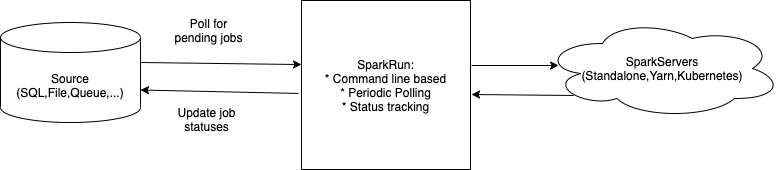
Above: sparkrun.png in sumawa/sa-spark-run (draw.io), before the change. Source tidied: cells renumbered, new cells last; positions are measured from the earlier drawing's top-left corner, leaving out a move shared by most shapes.
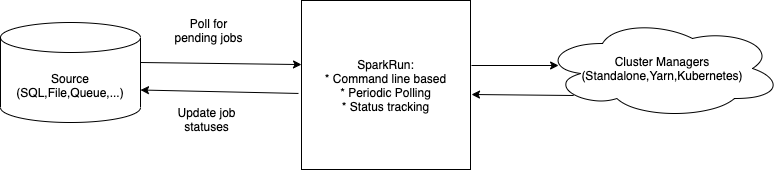
The same file after the commit.

Commit message:
minore correction in the diagram

What changed in the source:
```diff
@@ -8,7 +8,7 @@
     <mxCell id="3" value="Source&lt;br&gt;(SQL,File,Queue,...)" style="shape=cylinder3;whiteSpace=wrap;html=1;boundedLbl=1;backgroundOutline=1;size=15;" parent="1" vertex="1">
       <mxGeometry y="22" width="140" height="100" as="geometry" />
     </mxCell>
-    <mxCell id="4" value="SparkServers&lt;br&gt;(Standalone,Yarn,Kubernetes)" style="ellipse;shape=cloud;whiteSpace=wrap;html=1;" parent="1" vertex="1">
+    <mxCell id="4" value="Cluster Managers&lt;br&gt;(Standalone,Yarn,Kubernetes)" style="ellipse;shape=cloud;whiteSpace=wrap;html=1;" parent="1" vertex="1">
       <mxGeometry x="542" y="18" width="240" height="100" as="geometry" />
     </mxCell>
     <mxCell id="5" style="endArrow=classic;html=1;exitX=1;exitY=0.4;exitDx=0;exitDy=0;exitPerimeter=0;entryX=0;entryY=0.379;entryDx=0;entryDy=0;entryPerimeter=0;" parent="1" edge="1" source="3" target="2">
```
